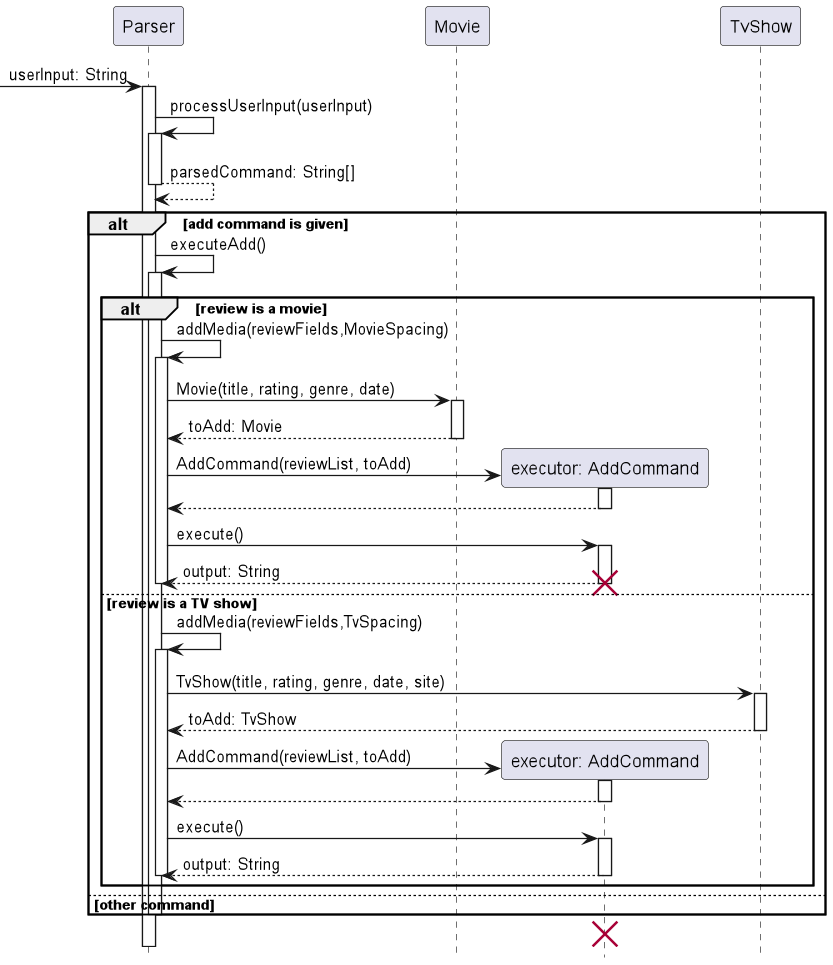
nus-cs2113-AY2223S1/tp keeps this PlantUML diagram as docs/imgs/AddCommandSequence.png. Above is the earlier version. Its source is kept beside it as docs/UML Diagrams/addCommandSequence.puml. Source of this version:
```plantuml
@startuml
!include style.puml

hide footbox

 -> Parser: userInput: String
activate Parser
Parser -> Parser: processUserInput(userInput)
activate Parser
return parsedCommand: String[]

alt add command is given
    Parser -> Parser: executeAdd()
    activate Parser
        alt review is a movie
            Parser -> Parser: addMedia(reviewFields,MovieSpacing)
            activate Parser
            Parser -> Movie: Movie(title, rating, genre, date)
            activate Movie
            return toAdd: Movie
            create "executor: AddCommand"
            Parser -> "executor: AddCommand": AddCommand(reviewList, toAdd)
            activate "executor: AddCommand"
            "executor: AddCommand" --> Parser
            deactivate "executor: AddCommand"
            Parser -> "executor: AddCommand": execute()
            activate "executor: AddCommand"
            return output: String
            destroy "executor: AddCommand"
            deactivate Parser

        else review is a TV show
            Parser -> Parser: addMedia(reviewFields,TvSpacing)
            activate Parser
            Parser -> TvShow: TvShow(title, rating, genre, date, site)
            activate TvShow
            return toAdd: TvShow
            create "executor: AddCommand"
            Parser -> "executor: AddCommand": AddCommand(reviewList, toAdd)
            activate "executor: AddCommand"
            "executor: AddCommand" --> Parser
            deactivate "executor: AddCommand"
            Parser -> "executor: AddCommand": execute()
            activate "executor: AddCommand"
            return output: String
            deactivate Parser

        end
        else other command
        deactivate Parser

end
destroy "executor: AddCommand"

@enduml
```
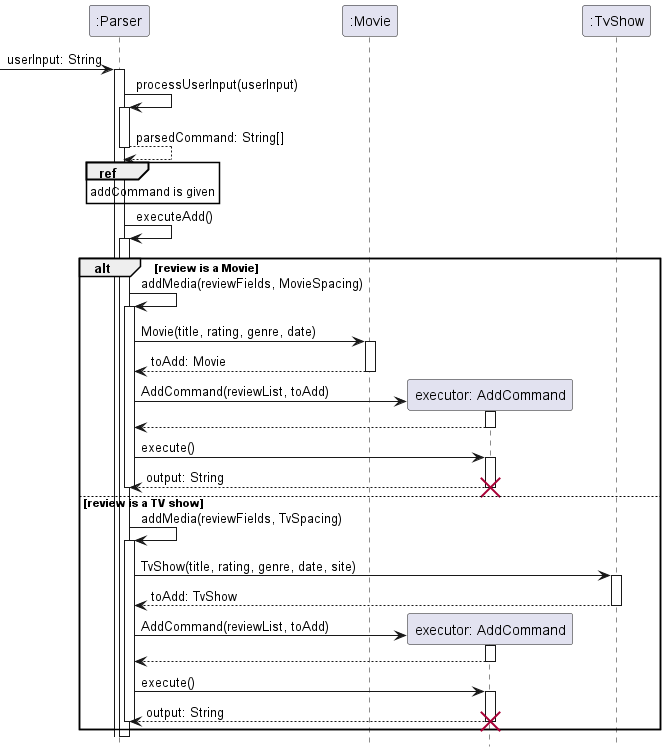
After the commit.

The edit, as a diff of the source:
```diff
@@ -3,53 +3,56 @@
 
 hide footbox
 
- -> Parser: userInput: String
-activate Parser
-Parser -> Parser: processUserInput(userInput)
-activate Parser
+ -> ":Parser": userInput: String
+activate ":Parser"
+":Parser" -> ":Parser": processUserInput(userInput)
+activate ":Parser"
 return parsedCommand: String[]
 
-alt add command is given
-    Parser -> Parser: executeAdd()
-    activate Parser
-        alt review is a movie
-            Parser -> Parser: addMedia(reviewFields,MovieSpacing)
-            activate Parser
-            Parser -> Movie: Movie(title, rating, genre, date)
-            activate Movie
-            return toAdd: Movie
-            create "executor: AddCommand"
-            Parser -> "executor: AddCommand": AddCommand(reviewList, toAdd)
-            activate "executor: AddCommand"
-            "executor: AddCommand" --> Parser
-            deactivate "executor: AddCommand"
-            Parser -> "executor: AddCommand": execute()
-            activate "executor: AddCommand"
-            return output: String
-            destroy "executor: AddCommand"
-            deactivate Parser
+ref over ":Parser"
+addCommand is given
+end ref
 
-        else review is a TV show
-            Parser -> Parser: addMedia(reviewFields,TvSpacing)
-            activate Parser
-            Parser -> TvShow: TvShow(title, rating, genre, date, site)
-            activate TvShow
-            return toAdd: TvShow
-            create "executor: AddCommand"
-            Parser -> "executor: AddCommand": AddCommand(reviewList, toAdd)
-            activate "executor: AddCommand"
-            "executor: AddCommand" --> Parser
-            deactivate "executor: AddCommand"
-            Parser -> "executor: AddCommand": execute()
-            activate "executor: AddCommand"
-            return output: String
-            deactivate Parser
+":Parser" -> ":Parser": executeAdd()
+activate ":Parser"
+alt review is a Movie
+    ":Parser" -> ":Parser": addMedia(reviewFields, MovieSpacing)
+    activate ":Parser"
+    ":Parser" -> ":Movie": Movie(title, rating, genre, date)
+    activate ":Movie"
+    return toAdd: Movie
 
-        end
-        else other command
-        deactivate Parser
+    create "executor: AddCommand"
+    ":Parser" -> "executor: AddCommand": AddCommand(reviewList, toAdd)
+    activate "executor: AddCommand"
+    "executor: AddCommand" --> ":Parser"
+    deactivate "executor: AddCommand"
+    ":Parser" -> "executor: AddCommand": execute()
+    activate "executor: AddCommand"
+    return output: String
+    destroy "executor: AddCommand"
+    deactivate ":Parser"
+
+else review is a TV show
+    ":Parser" -> ":Parser": addMedia(reviewFields, TvSpacing)
+    activate ":Parser"
+    ":Parser" -> ":TvShow": TvShow(title, rating, genre, date, site)
+    activate ":TvShow"
+    return toAdd: TvShow
+
+    create "executor: AddCommand"
+    ":Parser" -> "executor: AddCommand": AddCommand(reviewList, toAdd)
+    activate "executor: AddCommand"
+    "executor: AddCommand" --> ":Parser"
+    deactivate "executor: AddCommand"
+    ":Parser" -> "executor: AddCommand": execute()
+    activate "executor: AddCommand"
+    return output: String
+    deactivate ":Parser"
+    destroy "executor: AddCommand"
 
 end
-destroy "executor: AddCommand"
+
+deactivate ":Parser"
 
 @enduml
```
